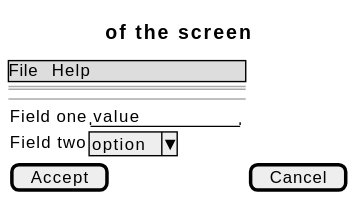
The PlantUML diagram docs/01-requirements/use-cases/subscribeCalendar/wireframes.svg in didactika/kampus, before a commit. The source it was exported from:
```plantuml
@startsalt
{
  {* File | Help }
  ==
  Title of the screen
  --
  {
    Field one | "value        "
    Field two | ^option^
  }
  [ Accept ] | [ Cancel ]
}
@endsalt
```
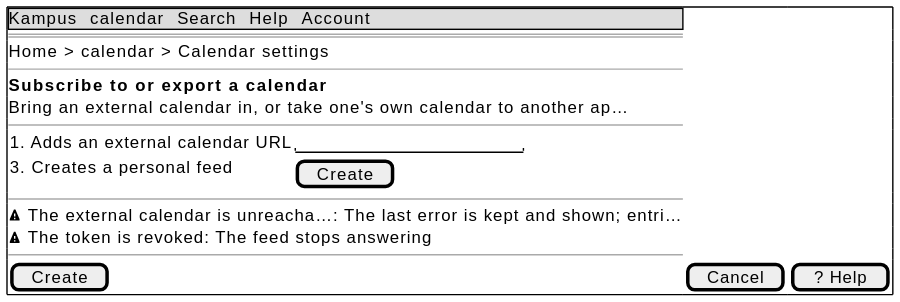
The same file after the commit.

What changed in the source:
```diff
@@ -1,13 +1,20 @@
 @startsalt
-{
-  {* File | Help }
+{+
+  {* Kampus | calendar | Search | Help | Account }
   ==
-  Title of the screen
+  Home > calendar > Calendar settings
+  --
+  <b>Subscribe to or export a calendar
+  Bring an external calendar in, or take one's own calendar to another ap…
   --
   {
-    Field one | "value        "
-    Field two | ^option^
+    1. Adds an external calendar URL | "                    "
+    3. Creates a personal feed | [ Create ]
   }
-  [ Accept ] | [ Cancel ]
+  --
+  <&warning> The external calendar is unreacha…: The last error is kept and shown; entri…
+  <&warning> The token is revoked: The feed stops answering
+  --
+  [ Create ] | [ Cancel ] | [ ? Help ]
 }
 @endsalt
```
